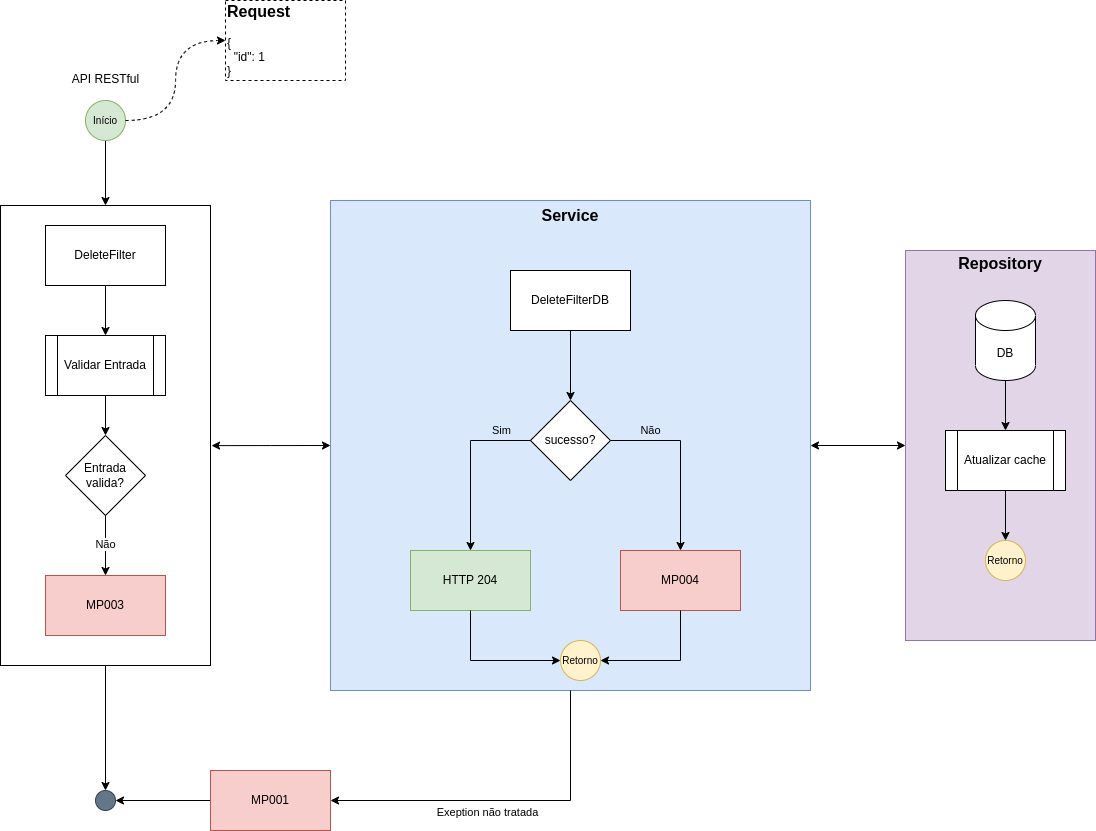
Before: MP_estrutura_grupos_ramos-API-DeleteFilter-Fluxogram.drawio.png, a diagram exported from draw.io (eduardohv-ciandt/vsminhasprotecoes). Source tidied: cells renumbered, new cells last; positions are measured from the earlier drawing's top-left corner, leaving out a move shared by most shapes.
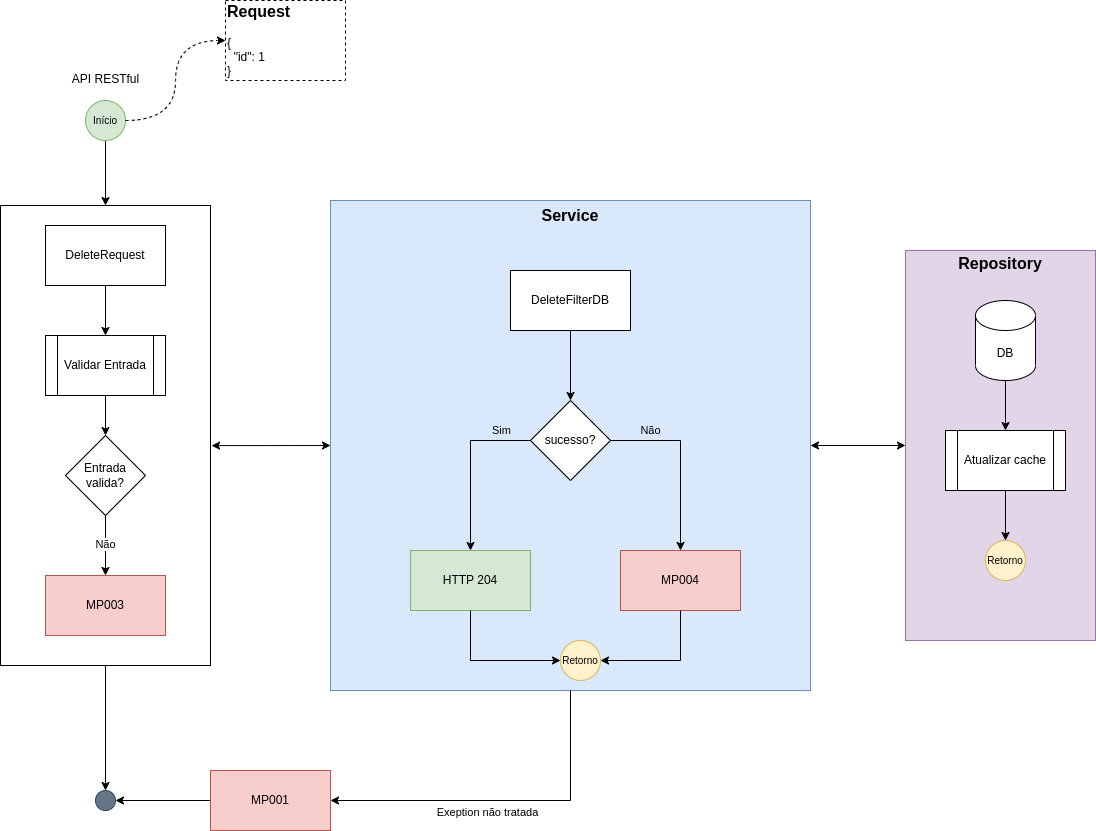
The same diagram one commit later.

The edit, as a diff of the source:
```diff
@@ -85,7 +85,7 @@
     <mxCell id="28" style="rounded=0;whiteSpace=wrap;html=1;fontSize=16;" parent="27" vertex="1">
       <mxGeometry width="210" height="460" as="geometry" />
     </mxCell>
-    <mxCell id="29" value="DeleteFilter" style="rounded=0;whiteSpace=wrap;html=1;" parent="27" vertex="1">
+    <mxCell id="29" value="DeleteRequest" style="rounded=0;whiteSpace=wrap;html=1;" parent="27" vertex="1">
       <mxGeometry x="45" y="20" width="120" height="60" as="geometry" />
     </mxCell>
     <mxCell id="30" value="Validar Entrada" style="shape=process;whiteSpace=wrap;html=1;backgroundOutline=1;" parent="27" vertex="1">
```
